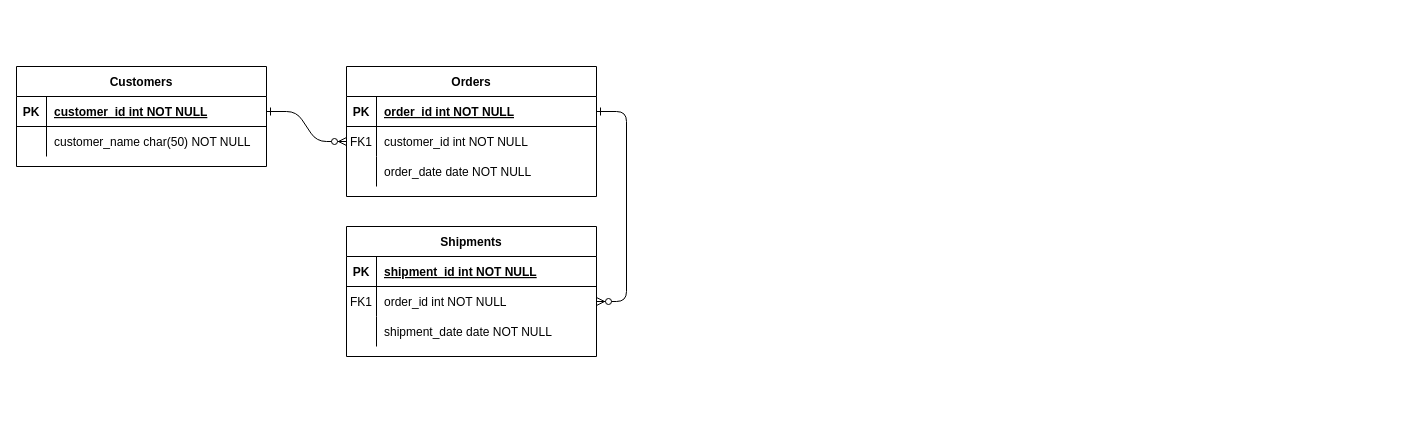
purawaktra/my-health-flutter keeps this draw.io diagram as Untitled Diagram.drawio. Above is the earlier version. Source tidied: cells renumbered, new cells numbered last; positions are measured from the earlier drawing's top-left corner, leaving out a move shared by most shapes. Both pictures are drawn from the tidied source at 100%, with x=0, y=0 at pixel (16, 66).
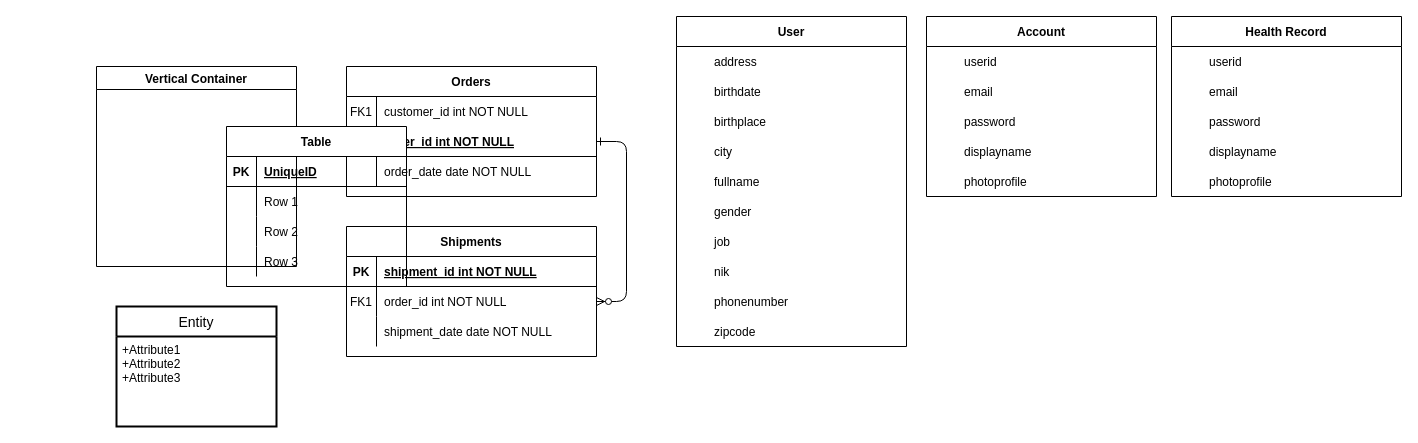
After the change.

The change refers to these unchanged cells:
```xml
<mxCell id="4" value="Orders" style="shape=table;startSize=30;childLayout=tableLayout;rowLines=0;fontStyle=1;align=center;" parent="1" vertex="1">
  <mxGeometry x="330" width="250" height="130" as="geometry" />
</mxCell>
```

The edit, as a diff of the source:
```diff
@@
-    <mxCell id="2" style="edgeStyle=entityRelationEdgeStyle;endArrow=ERzeroToMany;startArrow=ERone;endFill=1;startFill=0;" parent="1" edge="1" source="25" target="8">
-      <mxGeometry relative="1" as="geometry" />
-    </mxCell>
@@
+    <mxCell id="8" style="shape=partialRectangle;fillColor=none;points=[[0,0.5],[1,0.5]];portConstraint=eastwest;top=0;left=0;right=0;bottom=0;" parent="4" vertex="1">
+      <mxGeometry y="30" width="250" height="30" as="geometry" />
+    </mxCell>
+    <mxCell id="9" value="FK1" style="shape=partialRectangle;overflow=hidden;fillColor=none;top=0;left=0;bottom=0;right=0;" parent="8" vertex="1">
+      <mxGeometry width="30" height="30" as="geometry" />
+    </mxCell>
+    <mxCell id="10" value="customer_id int NOT NULL" style="shape=partialRectangle;overflow=hidden;fillColor=none;top=0;left=0;bottom=0;right=0;align=left;spacingLeft=6;" parent="8" vertex="1">
+      <mxGeometry x="30" width="220" height="30" as="geometry" />
+    </mxCell>
     <mxCell id="5" style="shape=partialRectangle;fillColor=none;points=[[0,0.5],[1,0.5]];portConstraint=eastwest;top=0;left=0;right=0;bottom=1;" parent="4" vertex="1">
-      <mxGeometry y="30" width="250" height="30" as="geometry" />
+      <mxGeometry y="60" width="250" height="30" as="geometry" />
     </mxCell>
@@
-    <mxCell id="8" style="shape=partialRectangle;fillColor=none;points=[[0,0.5],[1,0.5]];portConstraint=eastwest;top=0;left=0;right=0;bottom=0;" parent="4" vertex="1">
-      <mxGeometry y="60" width="250" height="30" as="geometry" />
-    </mxCell>
-    <mxCell id="9" value="FK1" style="shape=partialRectangle;overflow=hidden;fillColor=none;top=0;left=0;bottom=0;right=0;" parent="8" vertex="1">
-      <mxGeometry width="30" height="30" as="geometry" />
-    </mxCell>
-    <mxCell id="10" value="customer_id int NOT NULL" style="shape=partialRectangle;overflow=hidden;fillColor=none;top=0;left=0;bottom=0;right=0;align=left;spacingLeft=6;" parent="8" vertex="1">
-      <mxGeometry x="30" width="220" height="30" as="geometry" />
-    </mxCell>
@@
-    <mxCell id="24" value="Customers" style="shape=table;startSize=30;childLayout=tableLayout;rowLines=0;fontStyle=1;align=center;" parent="1" vertex="1">
-      <mxGeometry width="250" height="100" as="geometry" />
-    </mxCell>
-    <mxCell id="25" style="shape=partialRectangle;fillColor=none;points=[[0,0.5],[1,0.5]];portConstraint=eastwest;top=0;left=0;right=0;bottom=1;" parent="24" vertex="1">
-      <mxGeometry y="30" width="250" height="30" as="geometry" />
-    </mxCell>
+    <mxCell id="31" value="Vertical Container" style="swimlane;" parent="1" vertex="1">
+      <mxGeometry x="80" width="200" height="200" as="geometry" />
+    </mxCell>
+    <mxCell id="32" value="Entity" style="swimlane;horizontal=1;startSize=30;rounded=0;fontSize=14;fontStyle=0;strokeWidth=2;shadow=0;dashed=0;align=center;" parent="1" vertex="1">
+      <mxGeometry x="100" y="240" width="160" height="120" as="geometry" />
+    </mxCell>
+    <mxCell id="33" value="+Attribute1&#10;+Attribute2&#10;+Attribute3" style="align=left;strokeColor=none;fillColor=none;spacingLeft=4;fontSize=12;verticalAlign=top;" parent="32" vertex="1">
+      <mxGeometry y="30" width="160" height="90" as="geometry" />
+    </mxCell>
+    <mxCell id="34" value="Table" style="shape=table;startSize=30;childLayout=tableLayout;rowLines=0;fontStyle=1;align=center;rounded=0;" parent="1" vertex="1">
+      <mxGeometry x="210" y="60" width="180" height="160" as="geometry" />
+    </mxCell>
+    <mxCell id="35" style="shape=tableRow;horizontal=0;startSize=0;swimlaneHead=0;swimlaneBody=0;fillColor=none;top=0;left=0;right=0;bottom=1;rounded=0;" parent="34" vertex="1">
+      <mxGeometry y="30" width="180" height="30" as="geometry" />
+    </mxCell>
-    <mxCell id="26" value="PK" style="shape=partialRectangle;overflow=hidden;fillColor=none;top=0;left=0;bottom=0;right=0;fontStyle=1;" parent="25" vertex="1">
+    <mxCell id="26" value="PK" style="shape=partialRectangle;fillColor=none;top=0;left=0;bottom=0;right=0;fontStyle=1;overflow=hidden;rounded=0;" parent="35" vertex="1">
       <mxGeometry width="30" height="30" as="geometry" />
     </mxCell>
-    <mxCell id="27" value="customer_id int NOT NULL " style="shape=partialRectangle;overflow=hidden;fillColor=none;top=0;left=0;bottom=0;right=0;align=left;spacingLeft=6;fontStyle=5;" parent="25" vertex="1">
-      <mxGeometry x="30" width="220" height="30" as="geometry" />
-    </mxCell>
-    <mxCell id="28" style="shape=partialRectangle;fillColor=none;top=0;left=0;right=0;bottom=0;" parent="24" vertex="1">
-      <mxGeometry y="60" width="250" height="30" as="geometry" />
-    </mxCell>
-    <mxCell id="29" style="shape=partialRectangle;overflow=hidden;fillColor=none;top=0;left=0;bottom=0;right=0;" parent="28" vertex="1">
-      <mxGeometry width="30" height="30" as="geometry" />
-    </mxCell>
-    <mxCell id="30" value="customer_name char(50) NOT NULL" style="shape=partialRectangle;overflow=hidden;fillColor=none;top=0;left=0;bottom=0;right=0;align=left;spacingLeft=6;" parent="28" vertex="1">
-      <mxGeometry x="30" width="220" height="30" as="geometry" />
-    </mxCell>
+    <mxCell id="36" value="UniqueID" style="shape=partialRectangle;fillColor=none;top=0;left=0;bottom=0;right=0;align=left;spacingLeft=6;fontStyle=5;overflow=hidden;rounded=0;" parent="35" vertex="1">
+      <mxGeometry x="30" width="150" height="30" as="geometry" />
+    </mxCell>
+    <mxCell id="37" style="shape=tableRow;horizontal=0;startSize=0;swimlaneHead=0;swimlaneBody=0;fillColor=none;top=0;left=0;right=0;bottom=0;rounded=0;" parent="34" vertex="1">
+      <mxGeometry y="60" width="180" height="30" as="geometry" />
+    </mxCell>
+    <mxCell id="38" style="shape=partialRectangle;fillColor=none;top=0;left=0;bottom=0;right=0;overflow=hidden;rounded=0;" parent="37" vertex="1">
+      <mxGeometry width="30" height="30" as="geometry" />
+    </mxCell>
+    <mxCell id="39" value="Row 1" style="shape=partialRectangle;fillColor=none;top=0;left=0;bottom=0;right=0;align=left;spacingLeft=6;overflow=hidden;rounded=0;" parent="37" vertex="1">
+      <mxGeometry x="30" width="150" height="30" as="geometry" />
+    </mxCell>
+    <mxCell id="40" style="shape=tableRow;horizontal=0;startSize=0;swimlaneHead=0;swimlaneBody=0;fillColor=none;top=0;left=0;right=0;bottom=0;rounded=0;" parent="34" vertex="1">
+      <mxGeometry y="90" width="180" height="30" as="geometry" />
+    </mxCell>
+    <mxCell id="41" style="shape=partialRectangle;fillColor=none;top=0;left=0;bottom=0;right=0;overflow=hidden;rounded=0;" parent="40" vertex="1">
+      <mxGeometry width="30" height="30" as="geometry" />
+    </mxCell>
+    <mxCell id="42" value="Row 2" style="shape=partialRectangle;fillColor=none;top=0;left=0;bottom=0;right=0;align=left;spacingLeft=6;overflow=hidden;rounded=0;" parent="40" vertex="1">
+      <mxGeometry x="30" width="150" height="30" as="geometry" />
+    </mxCell>
+    <mxCell id="43" style="shape=tableRow;horizontal=0;startSize=0;swimlaneHead=0;swimlaneBody=0;fillColor=none;top=0;left=0;right=0;bottom=0;rounded=0;" parent="34" vertex="1">
+      <mxGeometry y="120" width="180" height="30" as="geometry" />
+    </mxCell>
+    <mxCell id="44" style="shape=partialRectangle;fillColor=none;top=0;left=0;bottom=0;right=0;overflow=hidden;rounded=0;" parent="43" vertex="1">
+      <mxGeometry width="30" height="30" as="geometry" />
+    </mxCell>
+    <mxCell id="45" value="Row 3" style="shape=partialRectangle;fillColor=none;top=0;left=0;bottom=0;right=0;align=left;spacingLeft=6;overflow=hidden;rounded=0;" parent="43" vertex="1">
+      <mxGeometry x="30" width="150" height="30" as="geometry" />
+    </mxCell>
+    <mxCell id="46" value="User" style="shape=table;startSize=30;childLayout=tableLayout;rowLines=0;fontStyle=1;align=center;rounded=0;horizontal=1;columnLines=0;resizeLastRow=0;swimlaneBody=1;swimlaneHead=1;top=1;bottom=1;left=1;" parent="1" vertex="1">
+      <mxGeometry x="660" y="-50" width="230" height="330" as="geometry" />
+    </mxCell>
+    <mxCell id="47" style="shape=tableRow;horizontal=0;startSize=0;swimlaneHead=0;swimlaneBody=0;fillColor=none;top=0;left=0;right=0;bottom=0;rounded=0;" parent="46" vertex="1">
+      <mxGeometry y="30" width="230" height="30" as="geometry" />
+    </mxCell>
+    <mxCell id="48" style="shape=partialRectangle;fillColor=none;top=0;left=0;bottom=0;right=0;overflow=hidden;rounded=0;" parent="47" vertex="1">
+      <mxGeometry width="30" height="30" as="geometry" />
+    </mxCell>
+    <mxCell id="49" value="address" style="shape=partialRectangle;fillColor=none;top=0;left=0;bottom=0;right=0;align=left;spacingLeft=6;overflow=hidden;rounded=0;" parent="47" vertex="1">
+      <mxGeometry x="30" width="200" height="30" as="geometry" />
+    </mxCell>
+    <mxCell id="50" style="shape=tableRow;horizontal=0;startSize=0;swimlaneHead=0;swimlaneBody=0;fillColor=none;top=0;left=0;right=0;bottom=0;rounded=0;" parent="46" vertex="1">
+      <mxGeometry y="60" width="230" height="30" as="geometry" />
+    </mxCell>
+    <mxCell id="51" style="shape=partialRectangle;fillColor=none;top=0;left=0;bottom=0;right=0;overflow=hidden;rounded=0;" parent="50" vertex="1">
+      <mxGeometry width="30" height="30" as="geometry" />
+    </mxCell>
+    <mxCell id="52" value="birthdate" style="shape=partialRectangle;fillColor=none;top=0;left=0;bottom=0;right=0;align=left;spacingLeft=6;overflow=hidden;rounded=0;" parent="50" vertex="1">
+      <mxGeometry x="30" width="200" height="30" as="geometry" />
+    </mxCell>
+    <mxCell id="53" style="shape=tableRow;horizontal=0;startSize=0;swimlaneHead=0;swimlaneBody=0;fillColor=none;top=0;left=0;right=0;bottom=0;rounded=0;" parent="46" vertex="1">
+      <mxGeometry y="90" width="230" height="30" as="geometry" />
+    </mxCell>
+    <mxCell id="54" style="shape=partialRectangle;fillColor=none;top=0;left=0;bottom=0;right=0;overflow=hidden;rounded=0;" parent="53" vertex="1">
+      <mxGeometry width="30" height="30" as="geometry" />
+    </mxCell>
+    <mxCell id="55" value="birthplace" style="shape=partialRectangle;fillColor=none;top=0;left=0;bottom=0;right=0;align=left;spacingLeft=6;overflow=hidden;rounded=0;" parent="53" vertex="1">
+      <mxGeometry x="30" width="200" height="30" as="geometry" />
+    </mxCell>
+    <mxCell id="56" style="shape=tableRow;horizontal=0;startSize=0;swimlaneHead=0;swimlaneBody=0;fillColor=none;top=0;left=0;right=0;bottom=0;rounded=0;" parent="46" vertex="1">
+      <mxGeometry y="120" width="230" height="30" as="geometry" />
+    </mxCell>
+    <mxCell id="57" style="shape=partialRectangle;fillColor=none;top=0;left=0;bottom=0;right=0;overflow=hidden;rounded=0;" parent="56" vertex="1">
+      <mxGeometry width="30" height="30" as="geometry" />
+    </mxCell>
+    <mxCell id="58" value="city" style="shape=partialRectangle;fillColor=none;top=0;left=0;bottom=0;right=0;align=left;spacingLeft=6;overflow=hidden;rounded=0;" parent="56" vertex="1">
+      <mxGeometry x="30" width="200" height="30" as="geometry" />
+    </mxCell>
+    <mxCell id="59" style="shape=tableRow;horizontal=0;startSize=0;swimlaneHead=0;swimlaneBody=0;fillColor=none;top=0;left=0;right=0;bottom=0;rounded=0;" parent="46" vertex="1">
+      <mxGeometry y="150" width="230" height="30" as="geometry" />
+    </mxCell>
+    <mxCell id="60" style="shape=partialRectangle;fillColor=none;top=0;left=0;bottom=0;right=0;overflow=hidden;rounded=0;" parent="59" vertex="1">
+      <mxGeometry width="30" height="30" as="geometry" />
+    </mxCell>
+    <mxCell id="61" value="fullname" style="shape=partialRectangle;fillColor=none;top=0;left=0;bottom=0;right=0;align=left;spacingLeft=6;overflow=hidden;rounded=0;" parent="59" vertex="1">
+      <mxGeometry x="30" width="200" height="30" as="geometry" />
+    </mxCell>
+    <mxCell id="62" style="shape=tableRow;horizontal=0;startSize=0;swimlaneHead=0;swimlaneBody=0;fillColor=none;top=0;left=0;right=0;bottom=0;rounded=0;" parent="46" vertex="1">
+      <mxGeometry y="180" width="230" height="30" as="geometry" />
+    </mxCell>
+    <mxCell id="63" style="shape=partialRectangle;fillColor=none;top=0;left=0;bottom=0;right=0;overflow=hidden;rounded=0;" parent="62" vertex="1">
+      <mxGeometry width="30" height="30" as="geometry" />
+    </mxCell>
+    <mxCell id="64" value="gender" style="shape=partialRectangle;fillColor=none;top=0;left=0;bottom=0;right=0;align=left;spacingLeft=6;overflow=hidden;rounded=0;" parent="62" vertex="1">
+      <mxGeometry x="30" width="200" height="30" as="geometry" />
+    </mxCell>
+    <mxCell id="65" style="shape=tableRow;horizontal=0;startSize=0;swimlaneHead=0;swimlaneBody=0;fillColor=none;top=0;left=0;right=0;bottom=0;rounded=0;" parent="46" vertex="1">
+      <mxGeometry y="210" width="230" height="30" as="geometry" />
+    </mxCell>
+    <mxCell id="66" style="shape=partialRectangle;fillColor=none;top=0;left=0;bottom=0;right=0;overflow=hidden;rounded=0;" parent="65" vertex="1">
+      <mxGeometry width="30" height="30" as="geometry" />
+    </mxCell>
+    <mxCell id="67" value="job" style="shape=partialRectangle;fillColor=none;top=0;left=0;bottom=0;right=0;align=left;spacingLeft=6;overflow=hidden;rounded=0;" parent="65" vertex="1">
+      <mxGeometry x="30" width="200" height="30" as="geometry" />
+    </mxCell>
+    <mxCell id="68" style="shape=tableRow;horizontal=0;startSize=0;swimlaneHead=0;swimlaneBody=0;fillColor=none;top=0;left=0;right=0;bottom=0;rounded=0;" parent="46" vertex="1">
+      <mxGeometry y="240" width="230" height="30" as="geometry" />
+    </mxCell>
+    <mxCell id="69" style="shape=partialRectangle;fillColor=none;top=0;left=0;bottom=0;right=0;overflow=hidden;rounded=0;" parent="68" vertex="1">
+      <mxGeometry width="30" height="30" as="geometry" />
+    </mxCell>
+    <mxCell id="70" value="nik" style="shape=partialRectangle;fillColor=none;top=0;left=0;bottom=0;right=0;align=left;spacingLeft=6;overflow=hidden;rounded=0;" parent="68" vertex="1">
+      <mxGeometry x="30" width="200" height="30" as="geometry" />
+    </mxCell>
+    <mxCell id="71" style="shape=tableRow;horizontal=0;startSize=0;swimlaneHead=0;swimlaneBody=0;fillColor=none;top=0;left=0;right=0;bottom=0;rounded=0;" parent="46" vertex="1">
+      <mxGeometry y="270" width="230" height="30" as="geometry" />
+    </mxCell>
+    <mxCell id="72" style="shape=partialRectangle;fillColor=none;top=0;left=0;bottom=0;right=0;overflow=hidden;rounded=0;" parent="71" vertex="1">
+      <mxGeometry width="30" height="30" as="geometry" />
+    </mxCell>
+    <mxCell id="73" value="phonenumber" style="shape=partialRectangle;fillColor=none;top=0;left=0;bottom=0;right=0;align=left;spacingLeft=6;overflow=hidden;rounded=0;" parent="71" vertex="1">
+      <mxGeometry x="30" width="200" height="30" as="geometry" />
+    </mxCell>
+    <mxCell id="74" style="shape=tableRow;horizontal=0;startSize=0;swimlaneHead=0;swimlaneBody=0;fillColor=none;top=0;left=0;right=0;bottom=0;rounded=0;" parent="46" vertex="1">
+      <mxGeometry y="300" width="230" height="30" as="geometry" />
+    </mxCell>
+    <mxCell id="75" style="shape=partialRectangle;fillColor=none;top=0;left=0;bottom=0;right=0;overflow=hidden;rounded=0;" parent="74" vertex="1">
+      <mxGeometry width="30" height="30" as="geometry" />
+    </mxCell>
+    <mxCell id="76" value="zipcode" style="shape=partialRectangle;fillColor=none;top=0;left=0;bottom=0;right=0;align=left;spacingLeft=6;overflow=hidden;rounded=0;" parent="74" vertex="1">
+      <mxGeometry x="30" width="200" height="30" as="geometry" />
+    </mxCell>
+    <mxCell id="77" value="Account" style="shape=table;startSize=30;childLayout=tableLayout;rowLines=0;fontStyle=1;align=center;rounded=0;horizontal=1;columnLines=0;resizeLastRow=0;swimlaneBody=1;swimlaneHead=1;top=1;bottom=1;left=1;" parent="1" vertex="1">
+      <mxGeometry x="910" y="-50" width="230" height="180" as="geometry" />
+    </mxCell>
+    <mxCell id="78" style="shape=tableRow;horizontal=0;startSize=0;swimlaneHead=0;swimlaneBody=0;fillColor=none;top=0;left=0;right=0;bottom=0;rounded=0;" parent="77" vertex="1">
+      <mxGeometry y="30" width="230" height="30" as="geometry" />
+    </mxCell>
+    <mxCell id="79" style="shape=partialRectangle;fillColor=none;top=0;left=0;bottom=0;right=0;overflow=hidden;rounded=0;" parent="78" vertex="1">
+      <mxGeometry width="30" height="30" as="geometry" />
+    </mxCell>
+    <mxCell id="80" value="userid" style="shape=partialRectangle;fillColor=none;top=0;left=0;bottom=0;right=0;align=left;spacingLeft=6;overflow=hidden;rounded=0;" parent="78" vertex="1">
+      <mxGeometry x="30" width="200" height="30" as="geometry" />
+    </mxCell>
+    <mxCell id="81" style="shape=tableRow;horizontal=0;startSize=0;swimlaneHead=0;swimlaneBody=0;fillColor=none;top=0;left=0;right=0;bottom=0;rounded=0;" parent="77" vertex="1">
+      <mxGeometry y="60" width="230" height="30" as="geometry" />
+    </mxCell>
+    <mxCell id="82" style="shape=partialRectangle;fillColor=none;top=0;left=0;bottom=0;right=0;overflow=hidden;rounded=0;" parent="81" vertex="1">
+      <mxGeometry width="30" height="30" as="geometry" />
+    </mxCell>
+    <mxCell id="83" value="email" style="shape=partialRectangle;fillColor=none;top=0;left=0;bottom=0;right=0;align=left;spacingLeft=6;overflow=hidden;rounded=0;" parent="81" vertex="1">
+      <mxGeometry x="30" width="200" height="30" as="geometry" />
+    </mxCell>
+    <mxCell id="84" style="shape=tableRow;horizontal=0;startSize=0;swimlaneHead=0;swimlaneBody=0;fillColor=none;top=0;left=0;right=0;bottom=0;rounded=0;" parent="77" vertex="1">
+      <mxGeometry y="90" width="230" height="30" as="geometry" />
+    </mxCell>
+    <mxCell id="85" style="shape=partialRectangle;fillColor=none;top=0;left=0;bottom=0;right=0;overflow=hidden;rounded=0;" parent="84" vertex="1">
+      <mxGeometry width="30" height="30" as="geometry" />
+    </mxCell>
+    <mxCell id="86" value="password" style="shape=partialRectangle;fillColor=none;top=0;left=0;bottom=0;right=0;align=left;spacingLeft=6;overflow=hidden;rounded=0;" parent="84" vertex="1">
+      <mxGeometry x="30" width="200" height="30" as="geometry" />
+    </mxCell>
+    <mxCell id="87" style="shape=tableRow;horizontal=0;startSize=0;swimlaneHead=0;swimlaneBody=0;fillColor=none;top=0;left=0;right=0;bottom=0;rounded=0;" parent="77" vertex="1">
+      <mxGeometry y="120" width="230" height="30" as="geometry" />
+    </mxCell>
+    <mxCell id="88" style="shape=partialRectangle;fillColor=none;top=0;left=0;bottom=0;right=0;overflow=hidden;rounded=0;" parent="87" vertex="1">
+      <mxGeometry width="30" height="30" as="geometry" />
+    </mxCell>
+    <mxCell id="89" value="displayname" style="shape=partialRectangle;fillColor=none;top=0;left=0;bottom=0;right=0;align=left;spacingLeft=6;overflow=hidden;rounded=0;" parent="87" vertex="1">
+      <mxGeometry x="30" width="200" height="30" as="geometry" />
+    </mxCell>
+    <mxCell id="90" style="shape=tableRow;horizontal=0;startSize=0;swimlaneHead=0;swimlaneBody=0;fillColor=none;top=0;left=0;right=0;bottom=0;rounded=0;" parent="77" vertex="1">
+      <mxGeometry y="150" width="230" height="30" as="geometry" />
+    </mxCell>
+    <mxCell id="91" style="shape=partialRectangle;fillColor=none;top=0;left=0;bottom=0;right=0;overflow=hidden;rounded=0;" parent="90" vertex="1">
+      <mxGeometry width="30" height="30" as="geometry" />
+    </mxCell>
+    <mxCell id="92" value="photoprofile" style="shape=partialRectangle;fillColor=none;top=0;left=0;bottom=0;right=0;align=left;spacingLeft=6;overflow=hidden;rounded=0;" parent="90" vertex="1">
+      <mxGeometry x="30" width="200" height="30" as="geometry" />
+    </mxCell>
+    <mxCell id="93" value="Health Record" style="shape=table;startSize=30;childLayout=tableLayout;rowLines=0;fontStyle=1;align=center;rounded=0;horizontal=1;columnLines=0;resizeLastRow=0;swimlaneBody=1;swimlaneHead=1;top=1;bottom=1;left=1;" parent="1" vertex="1">
+      <mxGeometry x="1155" y="-50" width="230" height="180" as="geometry" />
+    </mxCell>
+    <mxCell id="94" style="shape=tableRow;horizontal=0;startSize=0;swimlaneHead=0;swimlaneBody=0;fillColor=none;top=0;left=0;right=0;bottom=0;rounded=0;" parent="93" vertex="1">
+      <mxGeometry y="30" width="230" height="30" as="geometry" />
+    </mxCell>
+    <mxCell id="95" style="shape=partialRectangle;fillColor=none;top=0;left=0;bottom=0;right=0;overflow=hidden;rounded=0;" parent="94" vertex="1">
+      <mxGeometry width="30" height="30" as="geometry" />
+    </mxCell>
+    <mxCell id="96" value="userid" style="shape=partialRectangle;fillColor=none;top=0;left=0;bottom=0;right=0;align=left;spacingLeft=6;overflow=hidden;rounded=0;" parent="94" vertex="1">
+      <mxGeometry x="30" width="200" height="30" as="geometry" />
+    </mxCell>
+    <mxCell id="97" style="shape=tableRow;horizontal=0;startSize=0;swimlaneHead=0;swimlaneBody=0;fillColor=none;top=0;left=0;right=0;bottom=0;rounded=0;" parent="93" vertex="1">
+      <mxGeometry y="60" width="230" height="30" as="geometry" />
+    </mxCell>
+    <mxCell id="98" style="shape=partialRectangle;fillColor=none;top=0;left=0;bottom=0;right=0;overflow=hidden;rounded=0;" parent="97" vertex="1">
+      <mxGeometry width="30" height="30" as="geometry" />
+    </mxCell>
+    <mxCell id="99" value="email" style="shape=partialRectangle;fillColor=none;top=0;left=0;bottom=0;right=0;align=left;spacingLeft=6;overflow=hidden;rounded=0;" parent="97" vertex="1">
+      <mxGeometry x="30" width="200" height="30" as="geometry" />
+    </mxCell>
+    <mxCell id="100" style="shape=tableRow;horizontal=0;startSize=0;swimlaneHead=0;swimlaneBody=0;fillColor=none;top=0;left=0;right=0;bottom=0;rounded=0;" parent="93" vertex="1">
+      <mxGeometry y="90" width="230" height="30" as="geometry" />
+    </mxCell>
+    <mxCell id="101" style="shape=partialRectangle;fillColor=none;top=0;left=0;bottom=0;right=0;overflow=hidden;rounded=0;" parent="100" vertex="1">
+      <mxGeometry width="30" height="30" as="geometry" />
+    </mxCell>
+    <mxCell id="102" value="password" style="shape=partialRectangle;fillColor=none;top=0;left=0;bottom=0;right=0;align=left;spacingLeft=6;overflow=hidden;rounded=0;" parent="100" vertex="1">
+      <mxGeometry x="30" width="200" height="30" as="geometry" />
+    </mxCell>
+    <mxCell id="103" style="shape=tableRow;horizontal=0;startSize=0;swimlaneHead=0;swimlaneBody=0;fillColor=none;top=0;left=0;right=0;bottom=0;rounded=0;" parent="93" vertex="1">
+      <mxGeometry y="120" width="230" height="30" as="geometry" />
+    </mxCell>
+    <mxCell id="104" style="shape=partialRectangle;fillColor=none;top=0;left=0;bottom=0;right=0;overflow=hidden;rounded=0;" parent="103" vertex="1">
+      <mxGeometry width="30" height="30" as="geometry" />
+    </mxCell>
+    <mxCell id="105" value="displayname" style="shape=partialRectangle;fillColor=none;top=0;left=0;bottom=0;right=0;align=left;spacingLeft=6;overflow=hidden;rounded=0;" parent="103" vertex="1">
+      <mxGeometry x="30" width="200" height="30" as="geometry" />
+    </mxCell>
+    <mxCell id="106" style="shape=tableRow;horizontal=0;startSize=0;swimlaneHead=0;swimlaneBody=0;fillColor=none;top=0;left=0;right=0;bottom=0;rounded=0;" parent="93" vertex="1">
+      <mxGeometry y="150" width="230" height="30" as="geometry" />
+    </mxCell>
+    <mxCell id="107" style="shape=partialRectangle;fillColor=none;top=0;left=0;bottom=0;right=0;overflow=hidden;rounded=0;" parent="106" vertex="1">
+      <mxGeometry width="30" height="30" as="geometry" />
+    </mxCell>
+    <mxCell id="108" value="photoprofile" style="shape=partialRectangle;fillColor=none;top=0;left=0;bottom=0;right=0;align=left;spacingLeft=6;overflow=hidden;rounded=0;" parent="106" vertex="1">
+      <mxGeometry x="30" width="200" height="30" as="geometry" />
+    </mxCell>
```
